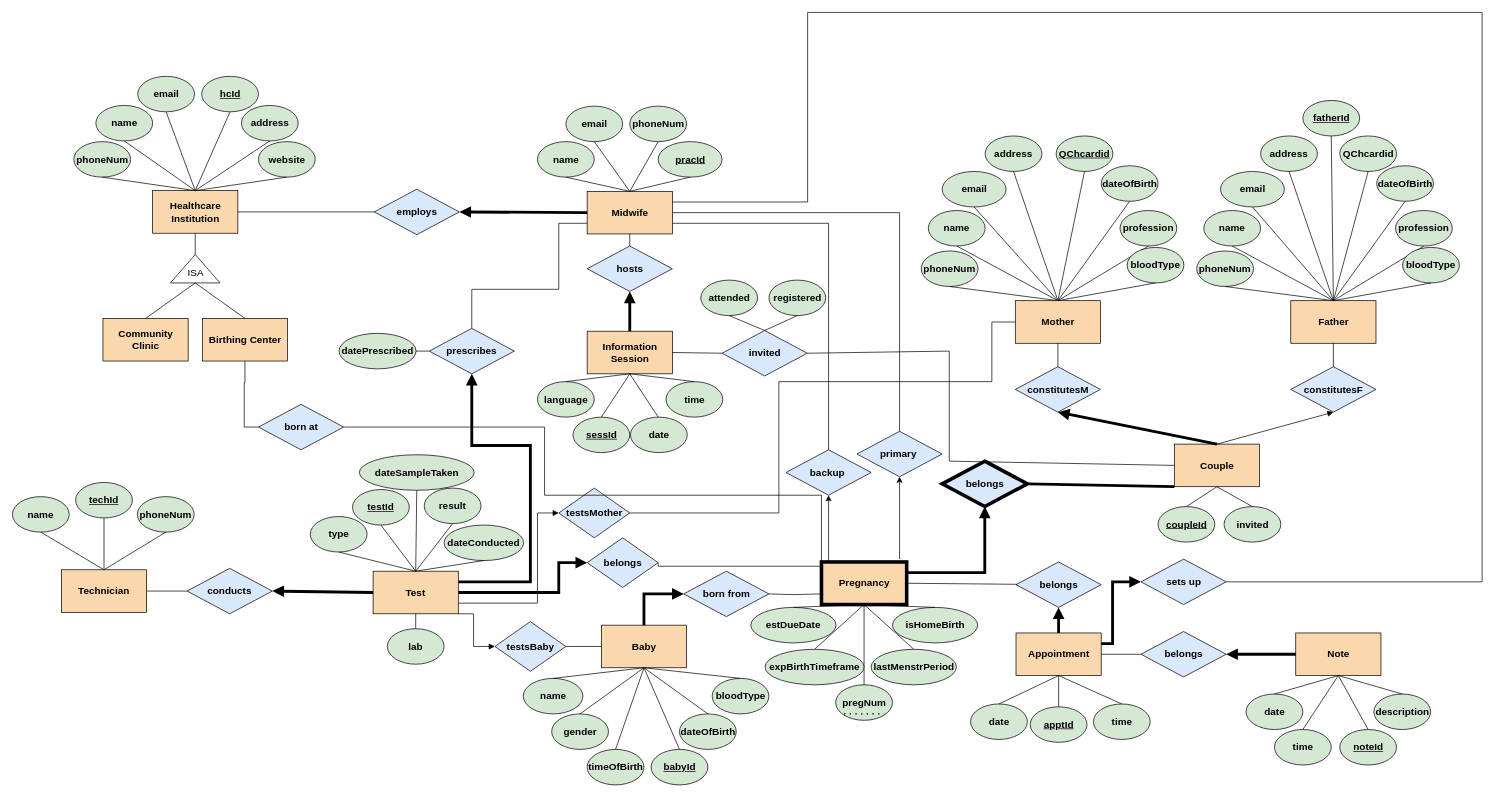
Before: p1/ER.drawio in YazdanZ/McGill-COMP421-Project, a draw.io diagram. Source tidied: cells renumbered, new cells numbered last; positions are measured from the earlier drawing's top-left corner, leaving out a move shared by most shapes. Both pictures are drawn from the tidied source at 71%, with x=0, y=0 at pixel (12, 12).
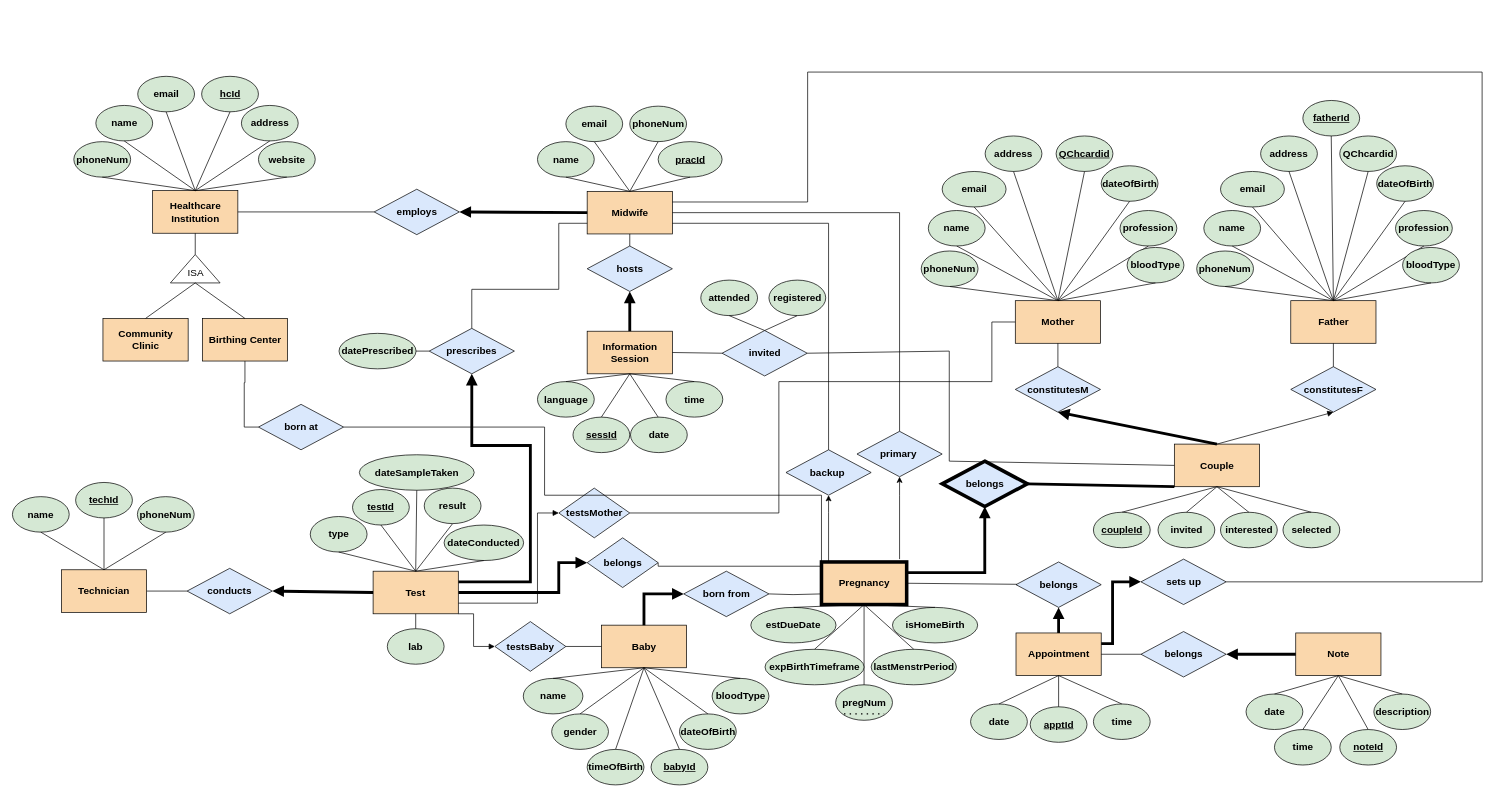
The same page after the edit.

Commit message (it also covers changes not shown here):
Update ER model with new couple attributes and write section on restrictions

Unchanged cells that the change refers to:
```xml
<mxCell id="21" value="&lt;font style=&quot;font-size: 14px&quot;&gt;&lt;b&gt;Midwife&lt;/b&gt;&lt;/font&gt;" style="rounded=0;whiteSpace=wrap;html=1;fillColor=#fad7ac;strokeColor=#000000;" parent="1" vertex="1">
  <mxGeometry x="809.5" y="252" width="120" height="60" as="geometry" />
</mxCell>
<mxCell id="98" value="&lt;font style=&quot;font-size: 14px&quot;&gt;&lt;b&gt;Couple&lt;/b&gt;&lt;/font&gt;" style="rounded=0;whiteSpace=wrap;html=1;fillColor=#fad7ac;strokeColor=#000000;" parent="1" vertex="1">
  <mxGeometry x="1636.5" y="608" width="120" height="60" as="geometry" />
</mxCell>
<mxCell id="156" value="&lt;b&gt;sets up&lt;br&gt;&lt;/b&gt;" style="rhombus;whiteSpace=wrap;html=1;fontSize=14;strokeColor=#000000;fillColor=#dae8fc;" parent="1" vertex="1">
  <mxGeometry x="1589.5" y="770" width="120" height="64" as="geometry" />
</mxCell>
```

Change to the diagram source:
```diff
@@
     <mxCell id="151" value="&lt;u&gt;&lt;b&gt;coupleId&lt;/b&gt;&lt;/u&gt;" style="ellipse;whiteSpace=wrap;html=1;fontSize=14;strokeColor=#000000;fillColor=#d5e8d4;" parent="1" vertex="1">
-      <mxGeometry x="1613.5" y="696" width="80" height="50" as="geometry" />
+      <mxGeometry x="1522.5" y="704" width="80" height="50" as="geometry" />
     </mxCell>
@@
     <mxCell id="155" style="edgeStyle=orthogonalEdgeStyle;rounded=0;jettySize=auto;html=1;exitX=1;exitY=0.5;exitDx=0;exitDy=0;entryX=1;entryY=0.25;entryDx=0;entryDy=0;endArrow=none;endFill=0;" parent="1" edge="1" source="156" target="21">
       <mxGeometry relative="1" as="geometry">
         <Array as="points">
           <mxPoint x="2070" y="802" />
-          <mxPoint x="2070" />
-          <mxPoint x="1120" />
+          <mxPoint x="2070" y="84" />
+          <mxPoint x="1120" y="84" />
           <mxPoint x="1120" y="267" />
         </Array>
       </mxGeometry>
     </mxCell>
@@
     <mxCell id="166" value="&lt;b&gt;invited&lt;/b&gt;" style="ellipse;whiteSpace=wrap;html=1;fontSize=14;strokeColor=#000000;fillColor=#d5e8d4;" parent="1" vertex="1">
-      <mxGeometry x="1706.5" y="696" width="80" height="50" as="geometry" />
+      <mxGeometry x="1613.5" y="704" width="80" height="50" as="geometry" />
     </mxCell>
@@
+    <mxCell id="202" value="&lt;b&gt;interested&lt;/b&gt;" style="ellipse;whiteSpace=wrap;html=1;fontSize=14;strokeColor=#000000;fillColor=#d5e8d4;" parent="1" vertex="1">
+      <mxGeometry x="1701.5" y="704" width="80" height="50" as="geometry" />
+    </mxCell>
+    <mxCell id="203" style="endArrow=none;html=1;rounded=0;fontSize=14;entryX=0.5;entryY=1;entryDx=0;entryDy=0;exitX=0.5;exitY=0;exitDx=0;exitDy=0;" parent="1" edge="1" source="202" target="98">
+      <mxGeometry relative="1" as="geometry" />
+    </mxCell>
+    <mxCell id="204" value="&lt;b&gt;selected&lt;/b&gt;" style="ellipse;whiteSpace=wrap;html=1;fontSize=14;strokeColor=#000000;fillColor=#d5e8d4;" parent="1" vertex="1">
+      <mxGeometry x="1789.5" y="704" width="80" height="50" as="geometry" />
+    </mxCell>
+    <mxCell id="205" style="endArrow=none;html=1;rounded=0;fontSize=14;entryX=0.5;entryY=1;entryDx=0;entryDy=0;exitX=0.5;exitY=0;exitDx=0;exitDy=0;" parent="1" edge="1" source="204" target="98">
+      <mxGeometry relative="1" as="geometry" />
+    </mxCell>
```
